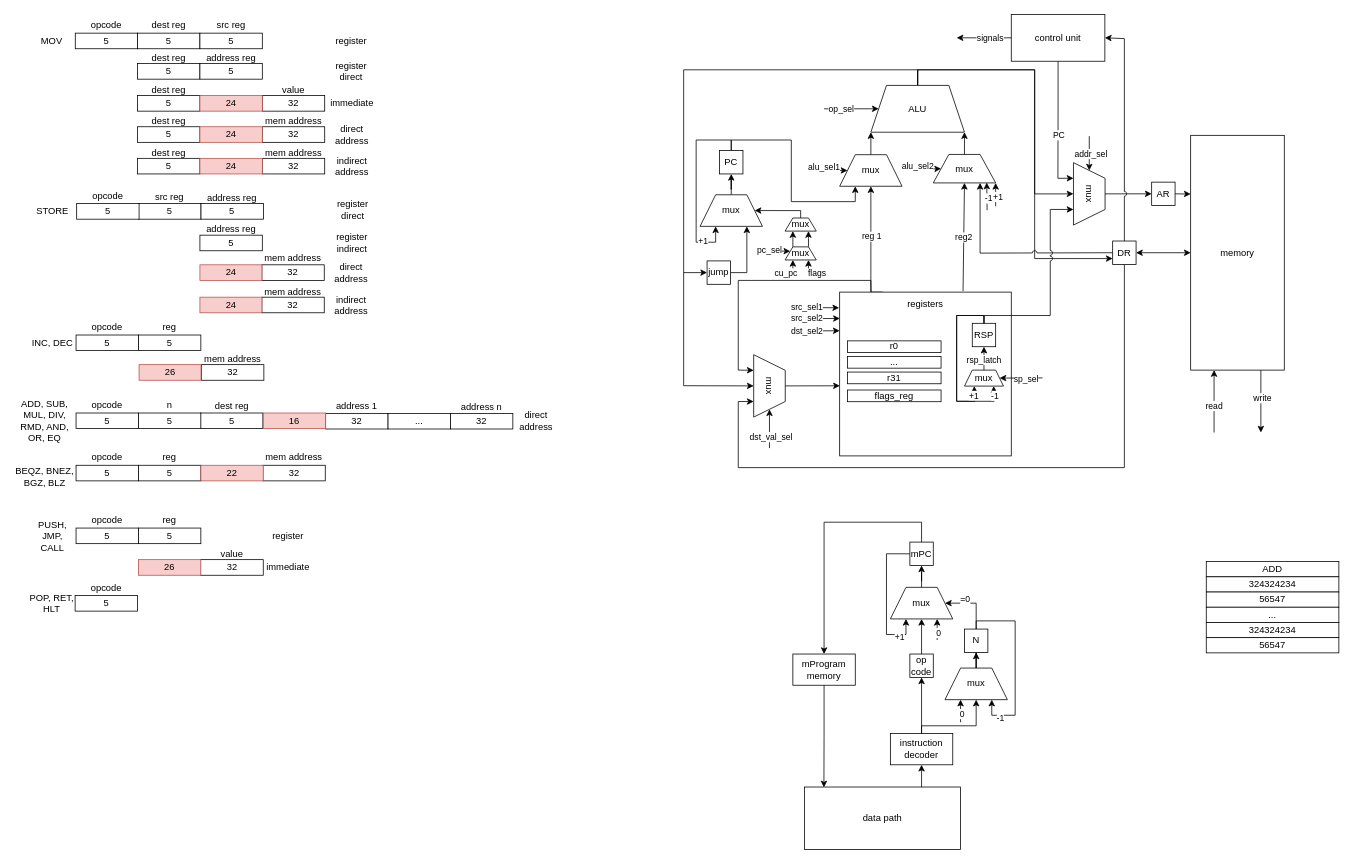
Above: resources/csa_lab4.drawio in vanya9090/csa_lab4 (draw.io), before the change. Source tidied: cells renumbered, new cells numbered last; positions are measured from the earlier drawing's top-left corner, leaving out a move shared by most shapes. Both pictures are drawn from the tidied source at 78%, with x=0, y=0 at pixel (13, 13).
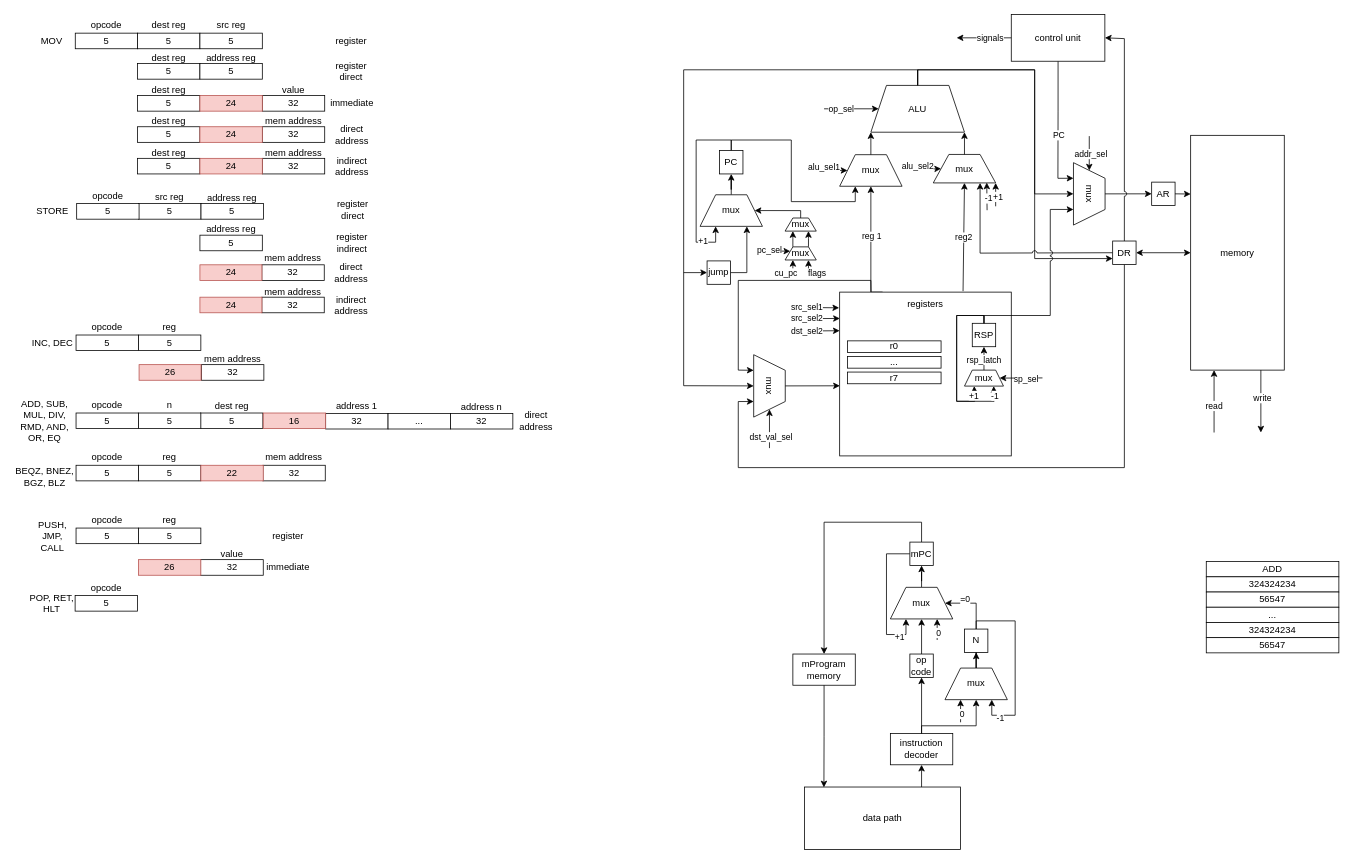
The same diagram, later.

The edit, as a diff of the source:
```diff
@@
-    <mxCell id="103" value="r31" style="rounded=0;whiteSpace=wrap;html=1;" parent="1" vertex="1">
+    <mxCell id="103" value="r7" style="rounded=0;whiteSpace=wrap;html=1;" parent="1" vertex="1">
       <mxGeometry x="1069" y="459.5" width="120" height="15" as="geometry" />
     </mxCell>
@@
-    <mxCell id="133" value="flags_reg" style="rounded=0;whiteSpace=wrap;html=1;" parent="1" vertex="1">
-      <mxGeometry x="1069" y="482.5" width="120" height="15" as="geometry" />
-    </mxCell>
```
